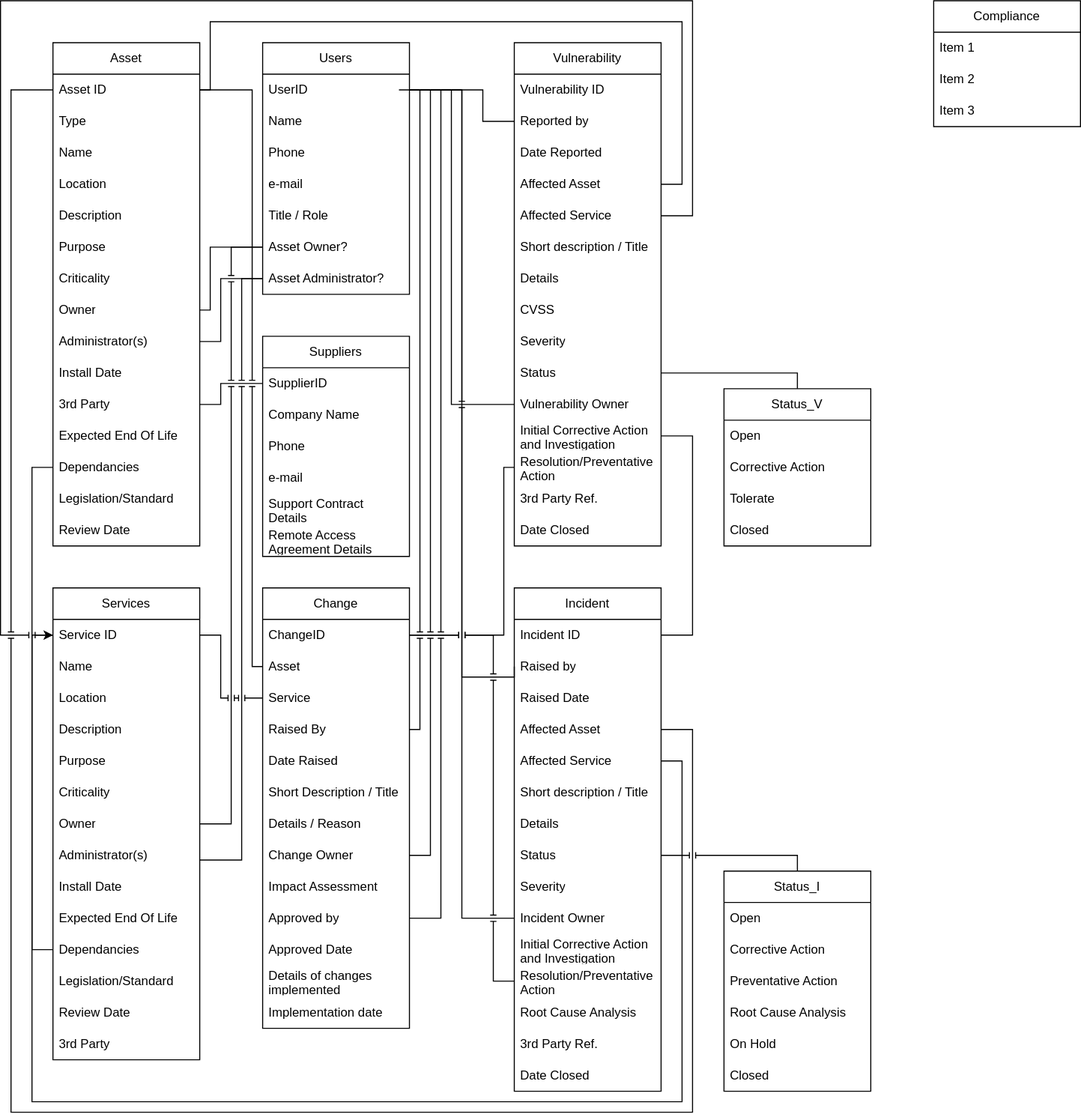
This is ITSM/Assignment1/Assets/CMDB_v3.svg from MCollins87/MSC_EnterpriseIT, a draw.io export, as it was before one commit. Source tidied: cells renumbered, new cells last; positions are measured from the earlier drawing's top-left corner, leaving out a move shared by most shapes.
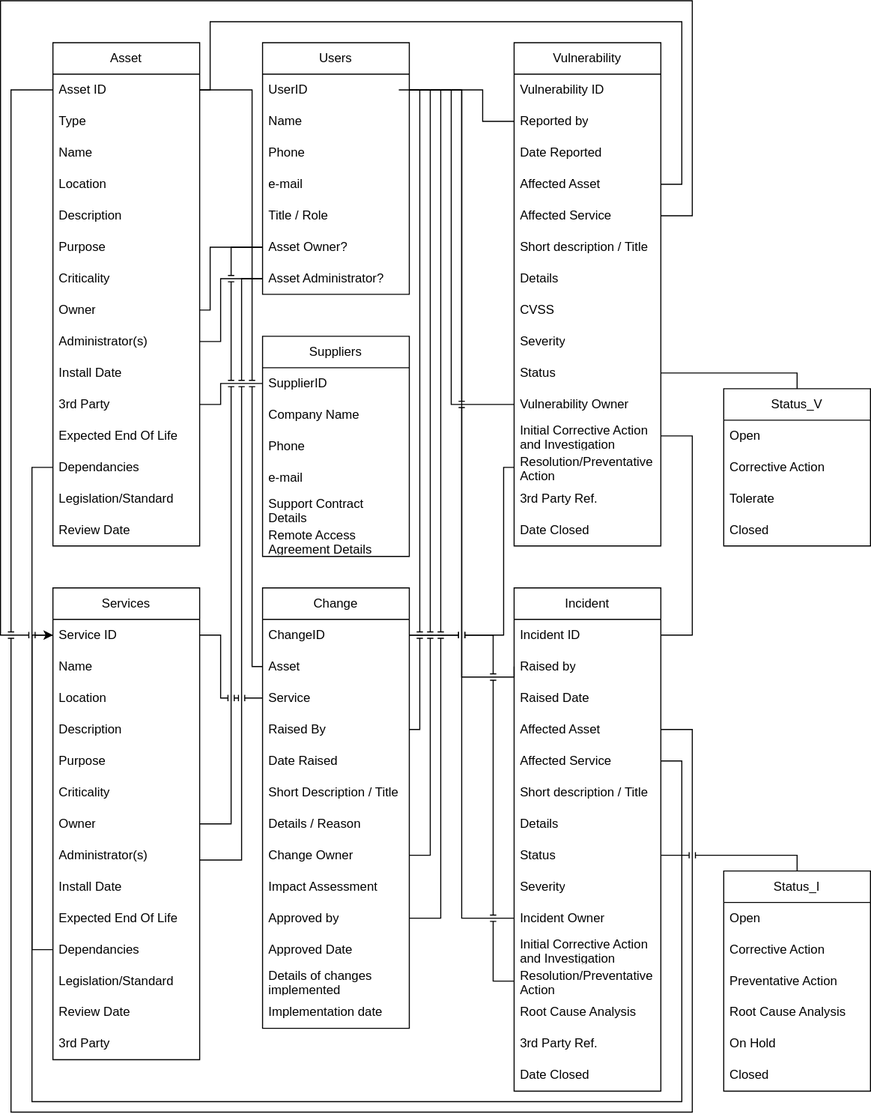
After the commit.

Diff of the diagram source:
```diff
@@ -509,17 +509,5 @@
         </Array>
       </mxGeometry>
     </mxCell>
-    <mxCell id="130" value="Compliance" style="swimlane;fontStyle=0;horizontal=1;startSize=30;whiteSpace=wrap;html=1;" parent="1" vertex="1">
-      <mxGeometry x="890" width="140" height="120" as="geometry" />
-    </mxCell>
-    <mxCell id="131" value="Item 1" style="text;strokeColor=none;fillColor=none;align=left;verticalAlign=middle;spacingLeft=4;spacingRight=4;overflow=hidden;whiteSpace=wrap;html=1;" parent="130" vertex="1">
-      <mxGeometry y="30" width="140" height="30" as="geometry" />
-    </mxCell>
-    <mxCell id="132" value="Item 2" style="text;strokeColor=none;fillColor=none;align=left;verticalAlign=middle;spacingLeft=4;spacingRight=4;overflow=hidden;whiteSpace=wrap;html=1;" parent="130" vertex="1">
-      <mxGeometry y="60" width="140" height="30" as="geometry" />
-    </mxCell>
-    <mxCell id="133" value="Item 3" style="text;strokeColor=none;fillColor=none;align=left;verticalAlign=middle;spacingLeft=4;spacingRight=4;overflow=hidden;whiteSpace=wrap;html=1;" parent="130" vertex="1">
-      <mxGeometry y="90" width="140" height="30" as="geometry" />
-    </mxCell>
   </root>
 </mxGraphModel>
```
